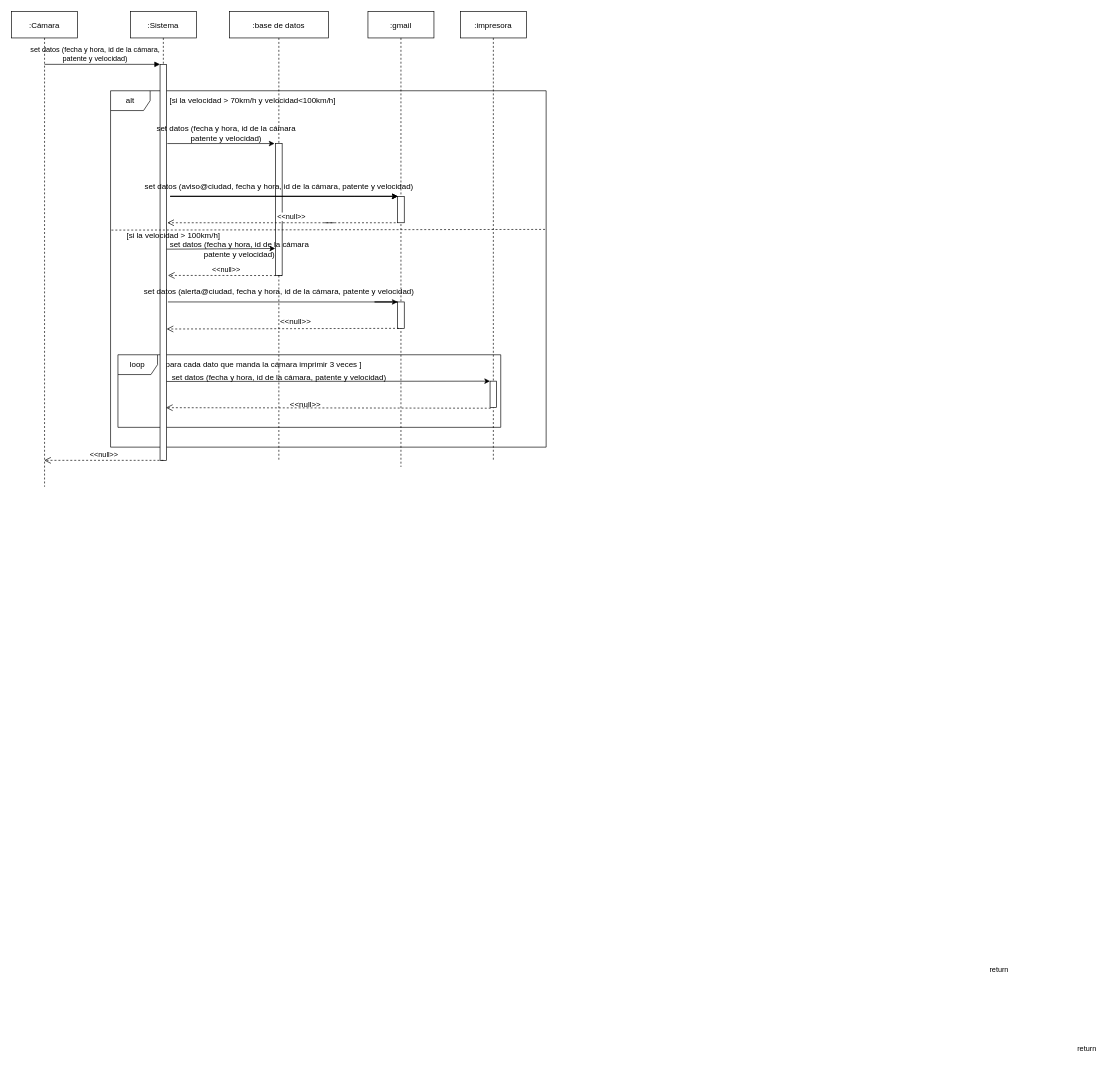
Above: diagrama/Isw1 tp final.drawio in MainPyke13/izo-isw1-tpds (draw.io), before the change. Source tidied: cells renumbered, new cells numbered last; positions are measured from the earlier drawing's top-left corner, leaving out a move shared by most shapes. Both pictures are drawn from the tidied source at 66%, with x=0, y=0 at pixel (11, 11).
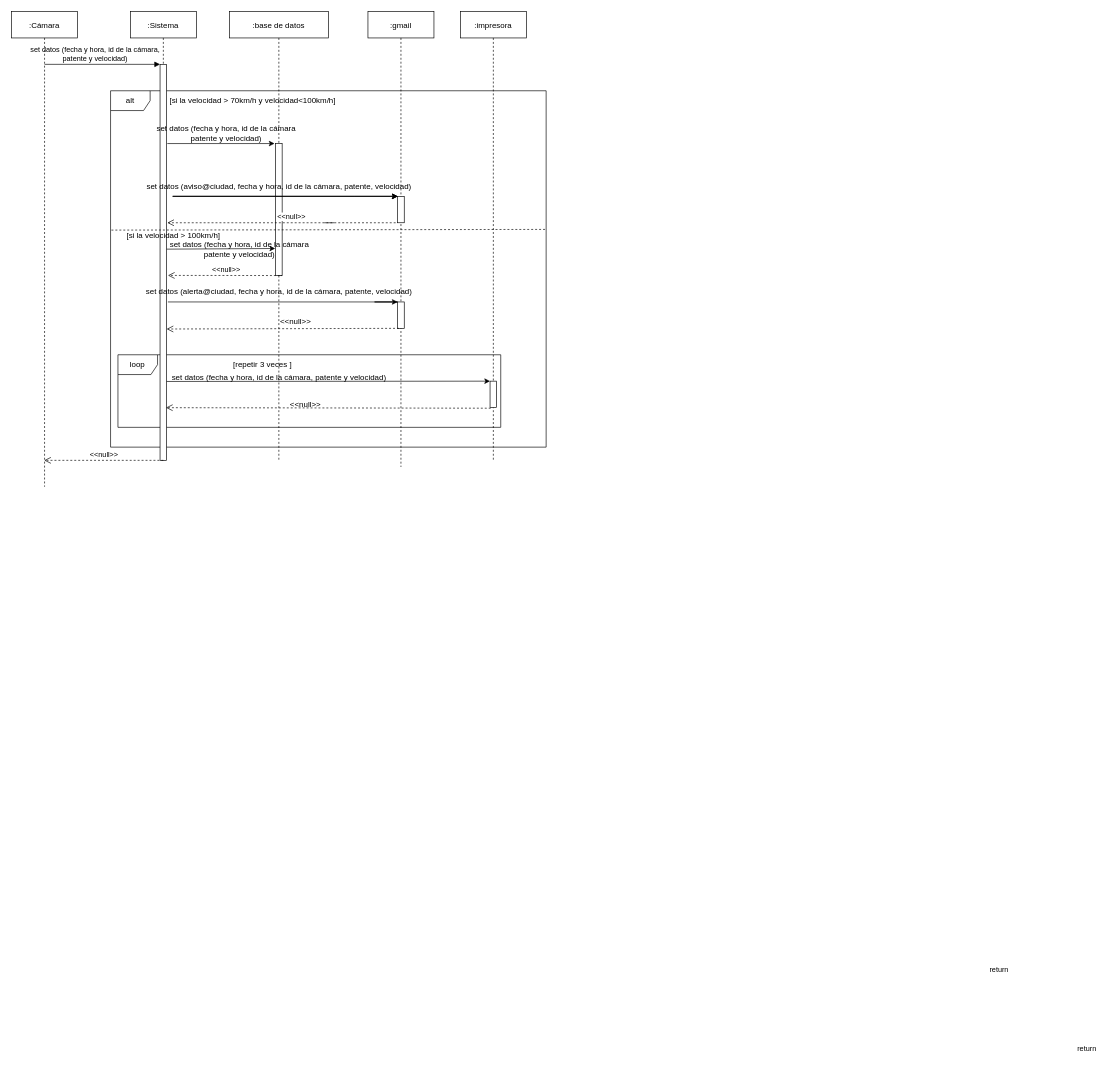
Above is the later version.

Unchanged cells that the change refers to:
```xml
<mxCell id="3" value=":base de datos" style="shape=umlLifeline;perimeter=lifelinePerimeter;rounded=0;shadow=0;strokeWidth=1;" parent="1" vertex="1">
  <mxGeometry x="330" width="150" height="680" as="geometry" />
</mxCell>
```

Diff of the diagram source:
```diff
@@
-    <mxCell id="9" value="[para cada dato que manda la cámara imprimir 3 veces ]" style="text;html=1;align=center;verticalAlign=middle;strokeColor=none;fillColor=none;" parent="3" vertex="1">
-      <mxGeometry x="-110" y="520" width="320" height="30" as="geometry" />
+    <mxCell id="9" value="[repetir 3 veces ]" style="text;html=1;align=center;verticalAlign=middle;strokeColor=none;fillColor=none;" parent="3" vertex="1">
+      <mxGeometry x="-5" y="520" width="110" height="30" as="geometry" />
     </mxCell>
@@
-    <mxCell id="23" value="set datos (alerta@ciudad, fecha y hora, id de la cámara, patente y velocidad)" style="text;html=1;align=center;verticalAlign=middle;points=[];fillColor=none;strokeColor=none;rounded=0;" parent="1" vertex="1">
+    <mxCell id="23" value="set datos (alerta@ciudad, fecha y hora, id de la cámara, patente, velocidad)" style="text;html=1;align=center;verticalAlign=middle;points=[];fillColor=none;strokeColor=none;rounded=0;" parent="1" vertex="1">
       <mxGeometry x="190" y="410" width="430" height="30" as="geometry" />
     </mxCell>
@@
-    <mxCell id="29" value="set datos (aviso@ciudad, fecha y hora, id de la cámara, patente y velocidad)" style="text;html=1;align=center;verticalAlign=middle;points=[];fillColor=none;strokeColor=none;rounded=0;" parent="1" vertex="1">
-      <mxGeometry x="190" y="250" width="430" height="30" as="geometry" />
+    <mxCell id="29" value="set datos (aviso@ciudad, fecha y hora, id de la cámara, patente, velocidad)" style="text;html=1;align=center;verticalAlign=middle;points=[];fillColor=none;strokeColor=none;rounded=0;" parent="1" vertex="1">
+      <mxGeometry x="195" y="250" width="420" height="30" as="geometry" />
     </mxCell>
```
